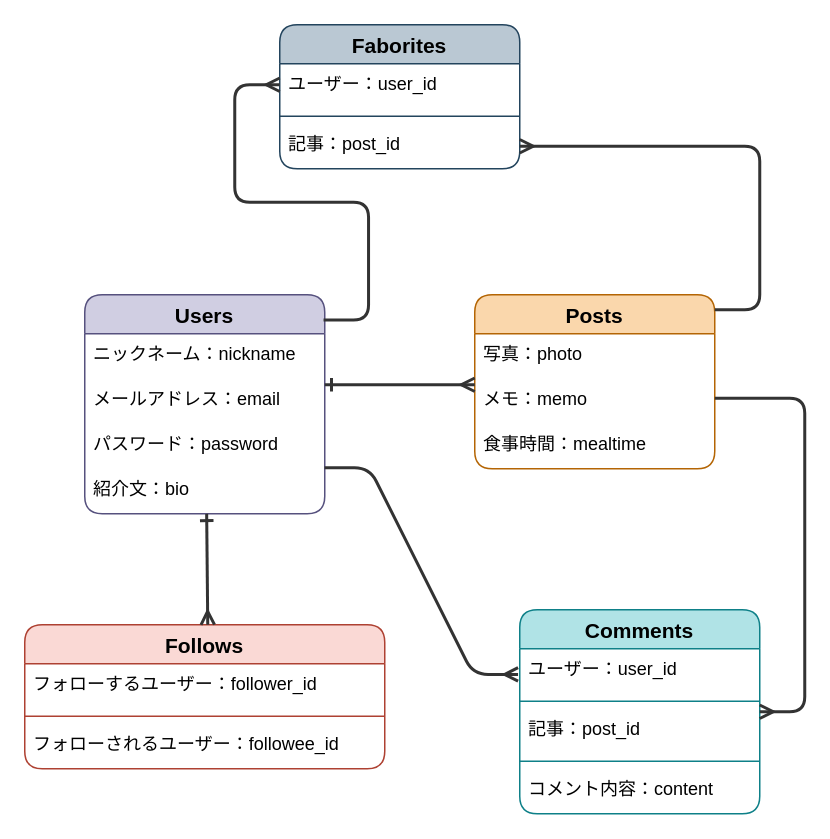
hara0510/eatlog keeps this draw.io diagram as ER.dio. Above is the earlier version. Source tidied: cells renumbered, new cells numbered last; positions are measured from the earlier drawing's top-left corner, leaving out a move shared by most shapes. Both pictures are drawn from the tidied source at 150%, with x=0, y=0 at pixel (24, 24).
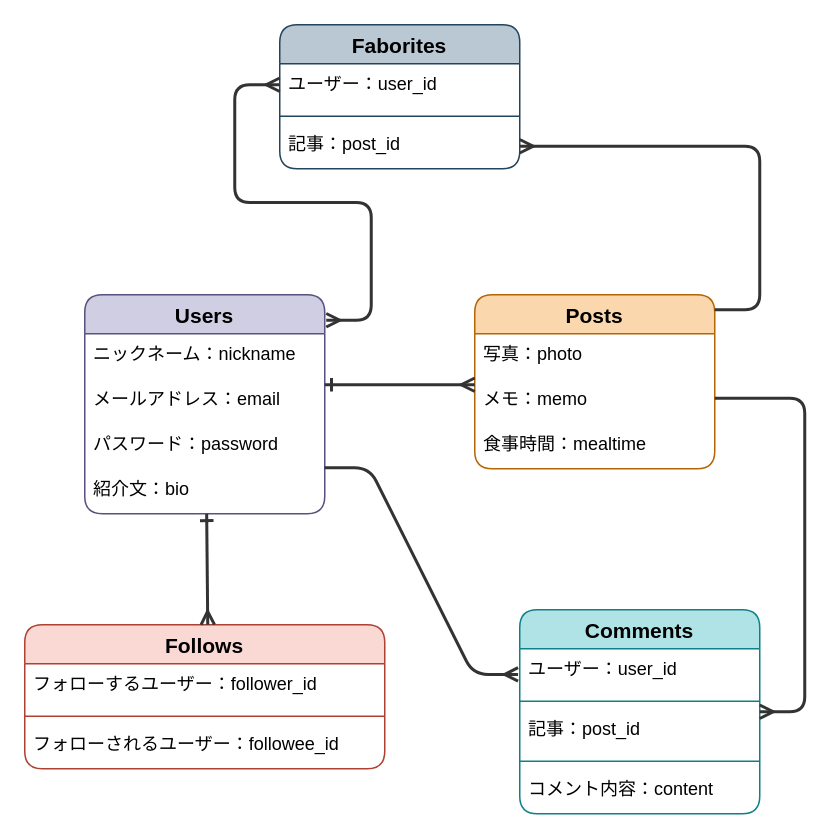
The same page after the edit.

The change refers to these unchanged cells:
```xml
<mxCell id="2" value="Users" style="swimlane;fontStyle=1;horizontal=1;startSize=26;align=center;fontSize=14;fillColor=#d0cee2;strokeColor=#56517e;rounded=1;fontColor=#000000;" parent="1" vertex="1">
  <mxGeometry x="40" y="180" width="160" height="146" as="geometry" />
</mxCell>
```

The edit, as a diff of the source:
```diff
@@
-    <mxCell id="27" style="edgeStyle=entityRelationEdgeStyle;fontSize=12;html=1;endArrow=ERmany;exitX=0.995;exitY=0.115;exitDx=0;exitDy=0;exitPerimeter=0;fontColor=#000000;rounded=1;strokeColor=#333333;jumpSize=8;strokeWidth=2;" parent="1" edge="1" source="2">
+    <mxCell id="27" style="edgeStyle=entityRelationEdgeStyle;fontSize=12;html=1;endArrow=ERmany;fontColor=#000000;rounded=1;strokeColor=#333333;jumpSize=8;strokeWidth=2;startArrow=ERmany;startFill=0;" parent="1" edge="1">
       <mxGeometry relative="1" as="geometry">
+        <mxPoint x="201" y="197" as="sourcePoint" />
         <mxPoint x="170" y="40" as="targetPoint" />
       </mxGeometry>
     </mxCell>
```
